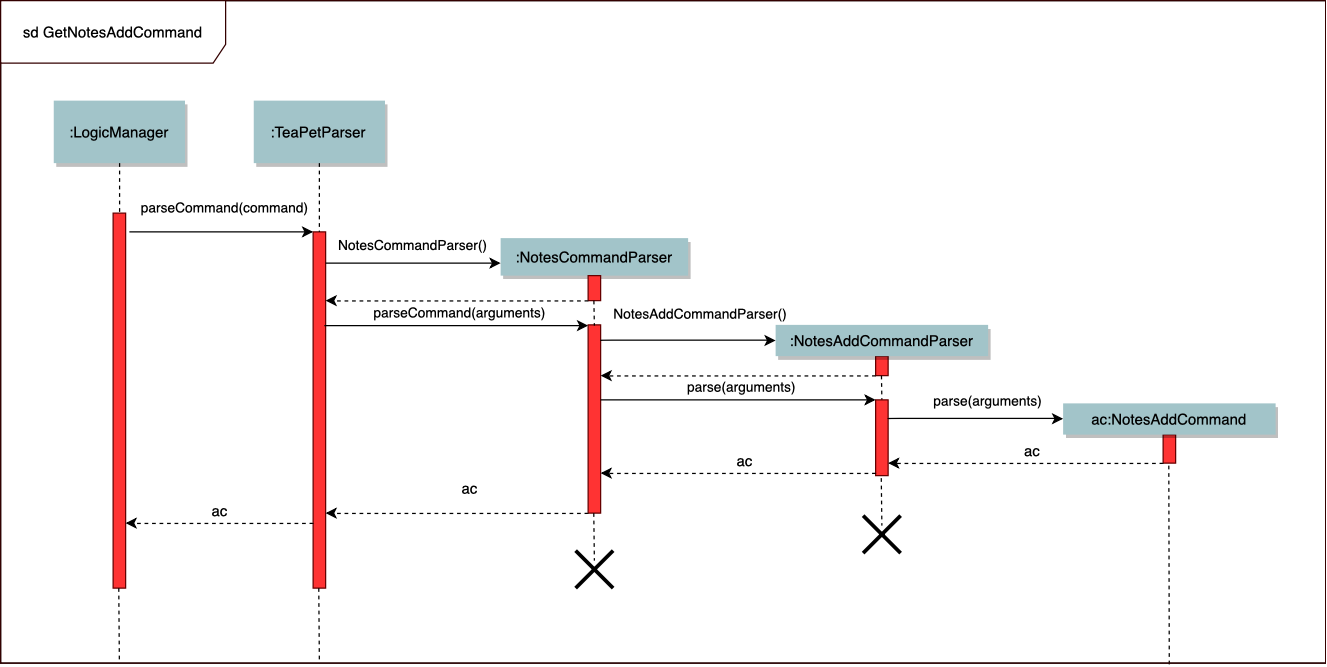
Before: docs/images/developerguide/notes/SDGetNotesAddCommand.png, a diagram exported from draw.io (tingalinga/main). Source tidied: cells renumbered, new cells last; positions are measured from the earlier drawing's top-left corner, leaving out a move shared by most shapes. The source it was exported from:
```xml
<mxGraphModel background="#ffffff">
  <root>
    <mxCell id="0" />
    <mxCell id="1" parent="0" />
    <mxCell id="2" parent="1" vertex="1">
      <mxGeometry width="1060" height="530" as="geometry" />
    </mxCell>
    <mxCell id="3" style="fillColor=#FF3333;strokeColor=#660000;" parent="1" vertex="1">
      <mxGeometry x="90" y="170" width="10" height="300" as="geometry" />
    </mxCell>
    <mxCell id="4" value=":LogicManager" style="shadow=1;fillColor=#A2C4C9;strokeColor=none;" parent="1" vertex="1">
      <mxGeometry x="42.5" y="80" width="105" height="50" as="geometry" />
    </mxCell>
    <mxCell id="5" style="fillColor=#FF3333;strokeColor=#660000;" parent="1" vertex="1">
      <mxGeometry x="250" y="185" width="10" height="285" as="geometry" />
    </mxCell>
    <mxCell id="6" value=":TeaPetParser" style="shadow=1;fillColor=#A2C4C9;strokeColor=none;" parent="1" vertex="1">
      <mxGeometry x="202.5" y="80" width="105" height="50" as="geometry" />
    </mxCell>
    <mxCell id="7" style="edgeStyle=none;endArrow=none;dashed=1;" parent="1" edge="1" source="6" target="5">
      <mxGeometry x="272.3" y="165" as="geometry" />
    </mxCell>
    <mxCell id="8" value="parseCommand(command)" style="edgeStyle=none;verticalLabelPosition=top;verticalAlign=bottom;entryX=0;entryY=0;entryDx=0;entryDy=0;" parent="1" edge="1" target="5">
      <mxGeometry as="geometry">
        <mxPoint x="103" y="185" as="sourcePoint" />
        <mxPoint x="3" y="-10" as="offset" />
      </mxGeometry>
    </mxCell>
    <mxCell id="9" value=":NotesCommandParser" style="shadow=1;fillColor=#A2C4C9;strokeColor=none;" parent="1" vertex="1">
      <mxGeometry x="400" y="190" width="150" height="30" as="geometry" />
    </mxCell>
    <mxCell id="10" value="NotesCommandParser()" style="edgeStyle=elbowEdgeStyle;elbow=vertical;verticalLabelPosition=top;verticalAlign=bottom;" parent="1" edge="1" source="5">
      <mxGeometry as="geometry">
        <mxPoint x="400" y="210" as="targetPoint" />
        <Array as="points">
          <mxPoint x="400" y="210" />
          <mxPoint x="370" y="200" />
          <mxPoint x="330" y="265" />
        </Array>
        <mxPoint y="-5" as="offset" />
      </mxGeometry>
    </mxCell>
    <mxCell id="11" style="fillColor=#FF3333;strokeColor=#660000;" parent="1" vertex="1">
      <mxGeometry x="700" y="284.4" width="10" height="15.6" as="geometry" />
    </mxCell>
    <mxCell id="12" value=":NotesAddCommandParser" style="shadow=1;fillColor=#A2C4C9;strokeColor=none;" parent="1" vertex="1">
      <mxGeometry x="620" y="259.4" width="170" height="25" as="geometry" />
    </mxCell>
    <mxCell id="13" style="edgeStyle=elbowEdgeStyle;elbow=horizontal;endArrow=none;dashed=1;" parent="1" edge="1" source="4" target="3">
      <mxGeometry x="230" y="310" as="geometry" />
    </mxCell>
    <mxCell id="14" style="edgeStyle=none;endArrow=none;dashed=1;" parent="1" edge="1">
      <mxGeometry x="744.2" y="345" as="geometry">
        <mxPoint x="704.7" y="300" as="sourcePoint" />
        <mxPoint x="705" y="320" as="targetPoint" />
      </mxGeometry>
    </mxCell>
    <mxCell id="15" style="edgeStyle=none;endArrow=none;dashed=1;entryX=0.882;entryY=1.002;entryDx=0;entryDy=0;entryPerimeter=0;" parent="1" edge="1" target="2">
      <mxGeometry x="974" y="405" as="geometry">
        <mxPoint x="934.5" y="360" as="sourcePoint" />
      </mxGeometry>
    </mxCell>
    <mxCell id="16" style="fillColor=#FF3333;strokeColor=#660000;" parent="1" vertex="1">
      <mxGeometry x="930" y="347.2" width="10" height="22.8" as="geometry" />
    </mxCell>
    <mxCell id="17" style="fillColor=#FF3333;strokeColor=#660000;" parent="1" vertex="1">
      <mxGeometry x="470" y="220" width="10" height="20" as="geometry" />
    </mxCell>
    <mxCell id="18" style="fillColor=#FF3333;strokeColor=#660000;" parent="1" vertex="1">
      <mxGeometry x="470" y="259.4" width="10" height="150.6" as="geometry" />
    </mxCell>
    <mxCell id="19" style="edgeStyle=none;endArrow=none;dashed=1;" parent="1" edge="1">
      <mxGeometry x="514.1" y="285" as="geometry">
        <mxPoint x="474.6" y="240" as="sourcePoint" />
        <mxPoint x="475" y="260" as="targetPoint" />
      </mxGeometry>
    </mxCell>
    <mxCell id="20" value="parseCommand(arguments)" style="edgeStyle=none;verticalLabelPosition=top;verticalAlign=bottom;entryX=0;entryY=0;entryDx=0;entryDy=0;" parent="1" edge="1">
      <mxGeometry as="geometry">
        <mxPoint x="259" y="260" as="sourcePoint" />
        <mxPoint x="470" y="260" as="targetPoint" />
        <mxPoint x="3" y="-1" as="offset" />
      </mxGeometry>
    </mxCell>
    <mxCell id="21" style="edgeStyle=elbowEdgeStyle;elbow=vertical;dashed=1;verticalLabelPosition=bottom;verticalAlign=top;exitX=0;exitY=1;exitDx=0;exitDy=0;" parent="1" edge="1" source="17">
      <mxGeometry x="370" y="-385.4" as="geometry">
        <mxPoint x="260" y="240" as="targetPoint" />
        <Array as="points">
          <mxPoint x="430.5" y="240.3" />
        </Array>
        <mxPoint x="5" y="-26" as="offset" />
      </mxGeometry>
    </mxCell>
    <mxCell id="22" value="NotesAddCommandParser()" style="edgeStyle=elbowEdgeStyle;elbow=vertical;verticalLabelPosition=top;verticalAlign=bottom;entryX=0;entryY=0.5;entryDx=0;entryDy=0;" parent="1" edge="1" target="12">
      <mxGeometry as="geometry">
        <mxPoint x="480" y="272" as="sourcePoint" />
        <Array as="points">
          <mxPoint x="560" y="271.6" />
          <mxPoint x="530" y="261.6" />
          <mxPoint x="490" y="326.6" />
        </Array>
        <mxPoint x="10" y="-12" as="offset" />
      </mxGeometry>
    </mxCell>
    <mxCell id="23" style="edgeStyle=elbowEdgeStyle;elbow=vertical;dashed=1;verticalLabelPosition=bottom;verticalAlign=top;exitX=0;exitY=1;exitDx=0;exitDy=0;" parent="1" edge="1" source="11">
      <mxGeometry x="590" y="-325.4" as="geometry">
        <mxPoint x="480" y="300" as="targetPoint" />
        <Array as="points">
          <mxPoint x="650.5" y="300.3" />
        </Array>
        <mxPoint x="5" y="-26" as="offset" />
      </mxGeometry>
    </mxCell>
    <mxCell id="24" style="fillColor=#FF3333;strokeColor=#660000;" parent="1" vertex="1">
      <mxGeometry x="700" y="319.4" width="10" height="60.6" as="geometry" />
    </mxCell>
    <mxCell id="25" value="parse(arguments)" style="edgeStyle=none;verticalLabelPosition=top;verticalAlign=bottom;entryX=0;entryY=0;entryDx=0;entryDy=0;" parent="1" edge="1" target="24">
      <mxGeometry x="221" y="59.4" as="geometry">
        <mxPoint x="480" y="319.4" as="sourcePoint" />
        <mxPoint x="3" y="-1" as="offset" />
      </mxGeometry>
    </mxCell>
    <mxCell id="26" value="ac:NotesAddCommand" style="shadow=1;fillColor=#A2C4C9;strokeColor=none;" parent="1" vertex="1">
      <mxGeometry x="850" y="322.2" width="170" height="25" as="geometry" />
    </mxCell>
    <mxCell id="27" value="parse(arguments)" style="edgeStyle=elbowEdgeStyle;elbow=vertical;verticalLabelPosition=top;verticalAlign=bottom;entryX=0;entryY=0.5;entryDx=0;entryDy=0;" parent="1" edge="1">
      <mxGeometry as="geometry">
        <mxPoint x="710" y="334.6" as="sourcePoint" />
        <mxPoint x="850" y="334.5" as="targetPoint" />
        <Array as="points">
          <mxPoint x="790" y="334.2" />
          <mxPoint x="760" y="324.2" />
          <mxPoint x="720" y="389.2" />
        </Array>
        <mxPoint x="10" y="-5" as="offset" />
      </mxGeometry>
    </mxCell>
    <mxCell id="28" style="edgeStyle=elbowEdgeStyle;elbow=vertical;dashed=1;verticalLabelPosition=bottom;verticalAlign=top;exitX=0;exitY=1;exitDx=0;exitDy=0;" parent="1" edge="1">
      <mxGeometry x="820" y="-255.4" as="geometry">
        <mxPoint x="930" y="370" as="sourcePoint" />
        <mxPoint x="710" y="370" as="targetPoint" />
        <Array as="points">
          <mxPoint x="880.5" y="370.3" />
        </Array>
        <mxPoint x="5" y="-26" as="offset" />
      </mxGeometry>
    </mxCell>
    <mxCell id="29" value="ac&lt;br&gt;&lt;br&gt;" style="text;html=1;align=center;verticalAlign=middle;" parent="1" vertex="1">
      <mxGeometry x="810" y="352" width="30" height="30" as="geometry" />
    </mxCell>
    <mxCell id="30" style="edgeStyle=elbowEdgeStyle;elbow=vertical;dashed=1;verticalLabelPosition=bottom;verticalAlign=top;exitX=0;exitY=1;exitDx=0;exitDy=0;" parent="1" edge="1">
      <mxGeometry x="590" y="-247.4" as="geometry">
        <mxPoint x="700" y="378" as="sourcePoint" />
        <mxPoint x="480" y="378" as="targetPoint" />
        <Array as="points">
          <mxPoint x="650.5" y="378.3" />
        </Array>
        <mxPoint x="5" y="-26" as="offset" />
      </mxGeometry>
    </mxCell>
    <mxCell id="31" value="ac&lt;br&gt;&lt;br&gt;" style="text;html=1;align=center;verticalAlign=middle;" parent="1" vertex="1">
      <mxGeometry x="580" y="360" width="30" height="30" as="geometry" />
    </mxCell>
    <mxCell id="32" style="edgeStyle=elbowEdgeStyle;elbow=vertical;dashed=1;verticalLabelPosition=bottom;verticalAlign=top;" parent="1" edge="1">
      <mxGeometry x="370" y="-215.4" as="geometry">
        <mxPoint x="470" y="410" as="sourcePoint" />
        <mxPoint x="260" y="410" as="targetPoint" />
        <Array as="points">
          <mxPoint x="430.5" y="410.3" />
        </Array>
        <mxPoint x="5" y="-26" as="offset" />
      </mxGeometry>
    </mxCell>
    <mxCell id="33" value="ac&lt;br&gt;&lt;br&gt;" style="text;html=1;align=center;verticalAlign=middle;" parent="1" vertex="1">
      <mxGeometry x="360" y="382" width="30" height="30" as="geometry" />
    </mxCell>
    <mxCell id="34" style="edgeStyle=elbowEdgeStyle;elbow=vertical;dashed=1;verticalLabelPosition=bottom;verticalAlign=top;exitX=0;exitY=1;exitDx=0;exitDy=0;" parent="1" edge="1">
      <mxGeometry x="140" y="-207.4" as="geometry">
        <mxPoint x="250" y="418" as="sourcePoint" />
        <mxPoint x="100" y="418" as="targetPoint" />
        <Array as="points">
          <mxPoint x="200.5" y="418.3" />
        </Array>
        <mxPoint x="5" y="-26" as="offset" />
      </mxGeometry>
    </mxCell>
    <mxCell id="35" value="ac&lt;br&gt;&lt;br&gt;" style="text;html=1;align=center;verticalAlign=middle;" parent="1" vertex="1">
      <mxGeometry x="160" y="400" width="30" height="30" as="geometry" />
    </mxCell>
    <mxCell id="36" style="edgeStyle=none;endArrow=none;dashed=1;" parent="1" edge="1">
      <mxGeometry x="744" y="427" as="geometry">
        <mxPoint x="704.5" y="382" as="sourcePoint" />
        <mxPoint x="705" y="420" as="targetPoint" />
      </mxGeometry>
    </mxCell>
    <mxCell id="37" style="shape=umlDestroy;whiteSpace=wrap;html=1;strokeWidth=3;shadow=0;comic=0;labelBackgroundColor=#FFFFFF;fillColor=#ffffff;" parent="1" vertex="1">
      <mxGeometry x="690" y="412" width="30" height="30" as="geometry" />
    </mxCell>
    <mxCell id="38" style="edgeStyle=none;endArrow=none;dashed=1;" parent="1" edge="1">
      <mxGeometry x="514" y="455" as="geometry">
        <mxPoint x="474.5" y="410" as="sourcePoint" />
        <mxPoint x="475" y="448" as="targetPoint" />
      </mxGeometry>
    </mxCell>
    <mxCell id="39" style="shape=umlDestroy;whiteSpace=wrap;html=1;strokeWidth=3;shadow=0;comic=0;labelBackgroundColor=#FFFFFF;fillColor=#ffffff;" parent="1" vertex="1">
      <mxGeometry x="460" y="440" width="30" height="30" as="geometry" />
    </mxCell>
    <mxCell id="40" style="edgeStyle=none;endArrow=none;dashed=1;" parent="1" edge="1">
      <mxGeometry x="294" y="515" as="geometry">
        <mxPoint x="254.5" y="470" as="sourcePoint" />
        <mxPoint x="255" y="530" as="targetPoint" />
      </mxGeometry>
    </mxCell>
    <mxCell id="41" style="edgeStyle=none;endArrow=none;dashed=1;" parent="1" edge="1">
      <mxGeometry x="134" y="515" as="geometry">
        <mxPoint x="94.5" y="470" as="sourcePoint" />
        <mxPoint x="95" y="530" as="targetPoint" />
      </mxGeometry>
    </mxCell>
    <mxCell id="42" value="sd GetNotesAddCommand" style="shape=umlFrame;whiteSpace=wrap;html=1;shadow=0;comic=0;labelBackgroundColor=#FFFFFF;strokeColor=#330000;fillColor=#ffffff;width=180;height=50;" parent="1" vertex="1">
      <mxGeometry width="1060" height="530" as="geometry" />
    </mxCell>
  </root>
</mxGraphModel>
```
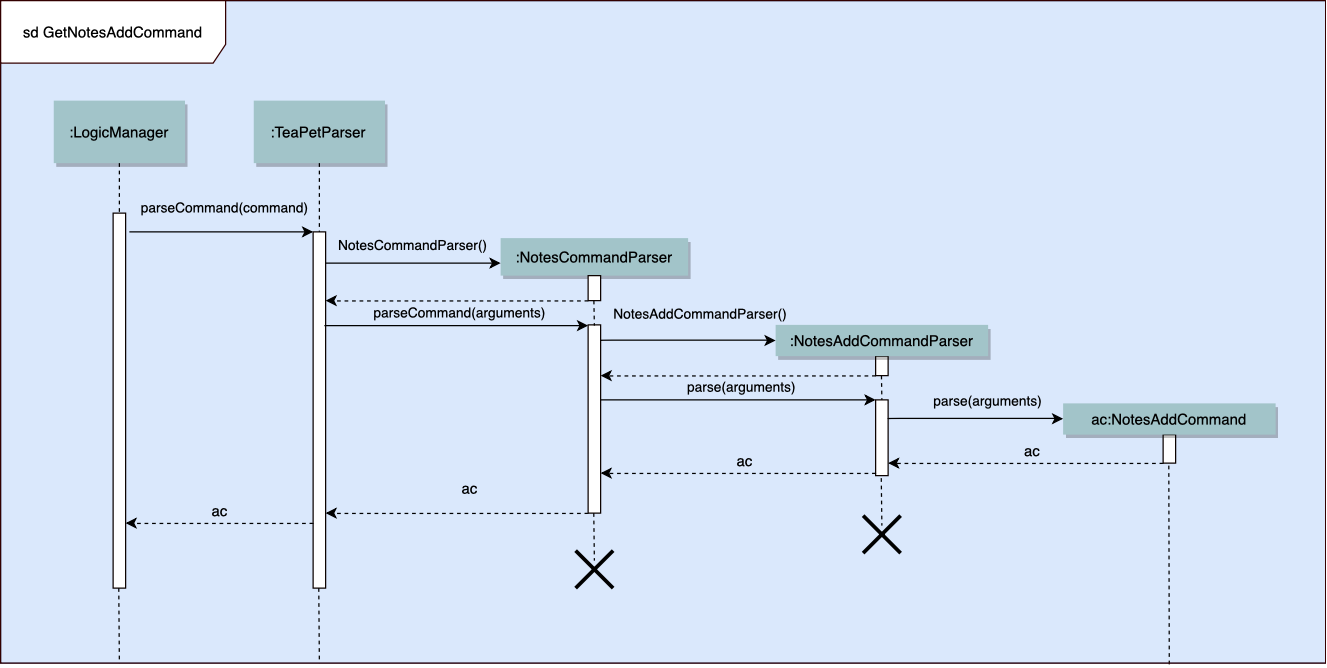
After the commit.

What changed in the source:
```diff
@@ -2,16 +2,16 @@
   <root>
     <mxCell id="0" />
     <mxCell id="1" parent="0" />
-    <mxCell id="2" parent="1" vertex="1">
+    <mxCell id="2" style="fillColor=#dae8fc;strokeColor=#6c8ebf;" parent="1" vertex="1">
       <mxGeometry width="1060" height="530" as="geometry" />
     </mxCell>
-    <mxCell id="3" style="fillColor=#FF3333;strokeColor=#660000;" parent="1" vertex="1">
+    <mxCell id="3" style="fillColor=#FFFFFF;strokeColor=#0D0300;" parent="1" vertex="1">
       <mxGeometry x="90" y="170" width="10" height="300" as="geometry" />
     </mxCell>
     <mxCell id="4" value=":LogicManager" style="shadow=1;fillColor=#A2C4C9;strokeColor=none;" parent="1" vertex="1">
       <mxGeometry x="42.5" y="80" width="105" height="50" as="geometry" />
     </mxCell>
-    <mxCell id="5" style="fillColor=#FF3333;strokeColor=#660000;" parent="1" vertex="1">
+    <mxCell id="5" style="fillColor=#FFFFFF;strokeColor=#0D0300;" parent="1" vertex="1">
       <mxGeometry x="250" y="185" width="10" height="285" as="geometry" />
     </mxCell>
     <mxCell id="6" value=":TeaPetParser" style="shadow=1;fillColor=#A2C4C9;strokeColor=none;" parent="1" vertex="1">
@@ -20,7 +20,7 @@
     <mxCell id="7" style="edgeStyle=none;endArrow=none;dashed=1;" parent="1" edge="1" source="6" target="5">
       <mxGeometry x="272.3" y="165" as="geometry" />
     </mxCell>
-    <mxCell id="8" value="parseCommand(command)" style="edgeStyle=none;verticalLabelPosition=top;verticalAlign=bottom;entryX=0;entryY=0;entryDx=0;entryDy=0;" parent="1" edge="1" target="5">
+    <mxCell id="8" value="parseCommand(command)" style="edgeStyle=none;verticalLabelPosition=top;verticalAlign=bottom;entryX=0;entryY=0;entryDx=0;entryDy=0;labelBackgroundColor=none;" parent="1" edge="1" target="5">
       <mxGeometry as="geometry">
         <mxPoint x="103" y="185" as="sourcePoint" />
         <mxPoint x="3" y="-10" as="offset" />
@@ -29,7 +29,7 @@
     <mxCell id="9" value=":NotesCommandParser" style="shadow=1;fillColor=#A2C4C9;strokeColor=none;" parent="1" vertex="1">
       <mxGeometry x="400" y="190" width="150" height="30" as="geometry" />
     </mxCell>
-    <mxCell id="10" value="NotesCommandParser()" style="edgeStyle=elbowEdgeStyle;elbow=vertical;verticalLabelPosition=top;verticalAlign=bottom;" parent="1" edge="1" source="5">
+    <mxCell id="10" value="NotesCommandParser()" style="edgeStyle=elbowEdgeStyle;elbow=vertical;verticalLabelPosition=top;verticalAlign=bottom;labelBackgroundColor=none;" parent="1" edge="1" source="5">
       <mxGeometry as="geometry">
         <mxPoint x="400" y="210" as="targetPoint" />
         <Array as="points">
@@ -40,7 +40,7 @@
         <mxPoint y="-5" as="offset" />
       </mxGeometry>
     </mxCell>
-    <mxCell id="11" style="fillColor=#FF3333;strokeColor=#660000;" parent="1" vertex="1">
+    <mxCell id="11" style="fillColor=#FFFFFF;strokeColor=#0D0300;" parent="1" vertex="1">
       <mxGeometry x="700" y="284.4" width="10" height="15.6" as="geometry" />
     </mxCell>
     <mxCell id="12" value=":NotesAddCommandParser" style="shadow=1;fillColor=#A2C4C9;strokeColor=none;" parent="1" vertex="1">
@@ -60,13 +60,13 @@
         <mxPoint x="934.5" y="360" as="sourcePoint" />
       </mxGeometry>
     </mxCell>
-    <mxCell id="16" style="fillColor=#FF3333;strokeColor=#660000;" parent="1" vertex="1">
+    <mxCell id="16" style="fillColor=#FFFFFF;strokeColor=#0D0300;" parent="1" vertex="1">
       <mxGeometry x="930" y="347.2" width="10" height="22.8" as="geometry" />
     </mxCell>
-    <mxCell id="17" style="fillColor=#FF3333;strokeColor=#660000;" parent="1" vertex="1">
+    <mxCell id="17" style="fillColor=#FFFFFF;strokeColor=#0D0300;" parent="1" vertex="1">
       <mxGeometry x="470" y="220" width="10" height="20" as="geometry" />
     </mxCell>
-    <mxCell id="18" style="fillColor=#FF3333;strokeColor=#660000;" parent="1" vertex="1">
+    <mxCell id="18" style="fillColor=#FFFFFF;strokeColor=#0D0300;" parent="1" vertex="1">
       <mxGeometry x="470" y="259.4" width="10" height="150.6" as="geometry" />
     </mxCell>
     <mxCell id="19" style="edgeStyle=none;endArrow=none;dashed=1;" parent="1" edge="1">
@@ -75,7 +75,7 @@
         <mxPoint x="475" y="260" as="targetPoint" />
       </mxGeometry>
     </mxCell>
-    <mxCell id="20" value="parseCommand(arguments)" style="edgeStyle=none;verticalLabelPosition=top;verticalAlign=bottom;entryX=0;entryY=0;entryDx=0;entryDy=0;" parent="1" edge="1">
+    <mxCell id="20" value="parseCommand(arguments)" style="edgeStyle=none;verticalLabelPosition=top;verticalAlign=bottom;entryX=0;entryY=0;entryDx=0;entryDy=0;labelBackgroundColor=none;" parent="1" edge="1">
       <mxGeometry as="geometry">
         <mxPoint x="259" y="260" as="sourcePoint" />
         <mxPoint x="470" y="260" as="targetPoint" />
@@ -91,7 +91,7 @@
         <mxPoint x="5" y="-26" as="offset" />
       </mxGeometry>
     </mxCell>
-    <mxCell id="22" value="NotesAddCommandParser()" style="edgeStyle=elbowEdgeStyle;elbow=vertical;verticalLabelPosition=top;verticalAlign=bottom;entryX=0;entryY=0.5;entryDx=0;entryDy=0;" parent="1" edge="1" target="12">
+    <mxCell id="22" value="NotesAddCommandParser()" style="edgeStyle=elbowEdgeStyle;elbow=vertical;verticalLabelPosition=top;verticalAlign=bottom;entryX=0;entryY=0.5;entryDx=0;entryDy=0;labelBackgroundColor=none;" parent="1" edge="1" target="12">
       <mxGeometry as="geometry">
         <mxPoint x="480" y="272" as="sourcePoint" />
         <Array as="points">
@@ -111,10 +111,10 @@
         <mxPoint x="5" y="-26" as="offset" />
       </mxGeometry>
     </mxCell>
-    <mxCell id="24" style="fillColor=#FF3333;strokeColor=#660000;" parent="1" vertex="1">
+    <mxCell id="24" style="fillColor=#FFFFFF;strokeColor=#0D0300;" parent="1" vertex="1">
       <mxGeometry x="700" y="319.4" width="10" height="60.6" as="geometry" />
     </mxCell>
-    <mxCell id="25" value="parse(arguments)" style="edgeStyle=none;verticalLabelPosition=top;verticalAlign=bottom;entryX=0;entryY=0;entryDx=0;entryDy=0;" parent="1" edge="1" target="24">
+    <mxCell id="25" value="parse(arguments)" style="edgeStyle=none;verticalLabelPosition=top;verticalAlign=bottom;entryX=0;entryY=0;entryDx=0;entryDy=0;labelBackgroundColor=none;" parent="1" edge="1" target="24">
       <mxGeometry x="221" y="59.4" as="geometry">
         <mxPoint x="480" y="319.4" as="sourcePoint" />
         <mxPoint x="3" y="-1" as="offset" />
@@ -123,7 +123,7 @@
     <mxCell id="26" value="ac:NotesAddCommand" style="shadow=1;fillColor=#A2C4C9;strokeColor=none;" parent="1" vertex="1">
       <mxGeometry x="850" y="322.2" width="170" height="25" as="geometry" />
     </mxCell>
-    <mxCell id="27" value="parse(arguments)" style="edgeStyle=elbowEdgeStyle;elbow=vertical;verticalLabelPosition=top;verticalAlign=bottom;entryX=0;entryY=0.5;entryDx=0;entryDy=0;" parent="1" edge="1">
+    <mxCell id="27" value="parse(arguments)" style="edgeStyle=elbowEdgeStyle;elbow=vertical;verticalLabelPosition=top;verticalAlign=bottom;entryX=0;entryY=0.5;entryDx=0;entryDy=0;labelBackgroundColor=none;" parent="1" edge="1">
       <mxGeometry as="geometry">
         <mxPoint x="710" y="334.6" as="sourcePoint" />
         <mxPoint x="850" y="334.5" as="targetPoint" />
```
